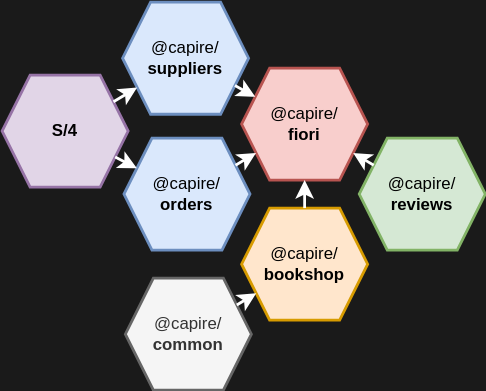
SAP-samples/cloud-cap-samples keeps this draw.io diagram as etc/dark.drawio.svg. Above is the earlier version. Source tidied: cells renumbered, new cells last; positions are measured from the earlier drawing's top-left corner, leaving out a move shared by most shapes. The source it was exported from:
```xml
<mxGraphModel background="#1A1A1A">
  <root>
    <mxCell id="0" />
    <mxCell id="1" parent="0" />
    <mxCell id="2" value="@capire/&amp;nbsp;&lt;br&gt;&lt;b&gt;bookshop&lt;/b&gt;" style="shape=hexagon;perimeter=hexagonPerimeter2;whiteSpace=wrap;html=1;fixedSize=1;sketch=0;fillColor=#ffe6cc;strokeColor=#d79b00;strokeWidth=2;" parent="1" vertex="1">
      <mxGeometry x="171" y="147" width="90" height="80" as="geometry" />
    </mxCell>
    <mxCell id="3" value="@capire/&amp;nbsp;&lt;br&gt;&lt;b&gt;fiori&lt;/b&gt;" style="shape=hexagon;perimeter=hexagonPerimeter2;whiteSpace=wrap;html=1;fixedSize=1;sketch=0;fillColor=#f8cecc;strokeColor=#b85450;strokeWidth=2;" parent="1" vertex="1">
      <mxGeometry x="171" y="47" width="90" height="80" as="geometry" />
    </mxCell>
    <mxCell id="4" value="@capire/&amp;nbsp;&lt;br&gt;&lt;b&gt;reviews&lt;/b&gt;" style="shape=hexagon;perimeter=hexagonPerimeter2;whiteSpace=wrap;html=1;fixedSize=1;sketch=0;fillColor=#d5e8d4;strokeColor=#82b366;strokeWidth=2;" parent="1" vertex="1">
      <mxGeometry x="255" y="97" width="90" height="80" as="geometry" />
    </mxCell>
    <mxCell id="5" value="@capire/&amp;nbsp;&lt;br&gt;&lt;b&gt;common&lt;/b&gt;" style="shape=hexagon;perimeter=hexagonPerimeter2;whiteSpace=wrap;html=1;fixedSize=1;sketch=0;fillColor=#f5f5f5;fontColor=#333333;strokeColor=#666666;strokeWidth=2;" parent="1" vertex="1">
      <mxGeometry x="88" y="197" width="90" height="80" as="geometry" />
    </mxCell>
    <mxCell id="6" value="@capire/&amp;nbsp;&lt;br&gt;&lt;b&gt;orders&lt;/b&gt;" style="shape=hexagon;perimeter=hexagonPerimeter2;whiteSpace=wrap;html=1;fixedSize=1;sketch=0;fillColor=#dae8fc;strokeColor=#6c8ebf;strokeWidth=2;" parent="1" vertex="1">
      <mxGeometry x="87" y="97" width="90" height="80" as="geometry" />
    </mxCell>
    <mxCell id="7" style="endArrow=classic;html=1;sketch=0;strokeWidth=2;endSize=7;startSize=7;strokeColor=#FFFFFF;" parent="1" edge="1" source="5" target="2">
      <mxGeometry relative="1" as="geometry" />
    </mxCell>
    <mxCell id="8" style="endArrow=classic;html=1;sketch=0;strokeWidth=2;endSize=7;startSize=7;strokeColor=#FFFFFF;" parent="1" edge="1" source="6" target="3">
      <mxGeometry relative="1" as="geometry" />
    </mxCell>
    <mxCell id="9" style="endArrow=classic;html=1;sketch=0;strokeWidth=2;endSize=7;startSize=7;strokeColor=#FFFFFF;" parent="1" edge="1" source="2" target="3">
      <mxGeometry relative="1" as="geometry" />
    </mxCell>
    <mxCell id="10" style="endArrow=classic;html=1;sketch=0;strokeWidth=2;endSize=7;startSize=7;strokeColor=#FFFFFF;" parent="1" edge="1" source="4" target="3">
      <mxGeometry relative="1" as="geometry" />
    </mxCell>
    <mxCell id="11" value="@capire/&amp;nbsp;&lt;br&gt;&lt;b&gt;suppliers&lt;/b&gt;" style="shape=hexagon;perimeter=hexagonPerimeter2;whiteSpace=wrap;html=1;fixedSize=1;sketch=0;fillColor=#dae8fc;strokeColor=#6c8ebf;strokeWidth=2;" parent="1" vertex="1">
      <mxGeometry x="86" width="90" height="80" as="geometry" />
    </mxCell>
    <mxCell id="12" value="&lt;b&gt;S/4 &lt;/b&gt;" style="shape=hexagon;perimeter=hexagonPerimeter2;whiteSpace=wrap;html=1;fixedSize=1;sketch=0;fillColor=#e1d5e7;strokeColor=#9673a6;strokeWidth=2;" parent="1" vertex="1">
      <mxGeometry y="52" width="90" height="80" as="geometry" />
    </mxCell>
    <mxCell id="13" style="endArrow=classic;html=1;sketch=0;strokeWidth=2;endSize=7;startSize=7;strokeColor=#FFFFFF;" parent="1" edge="1" source="12" target="11">
      <mxGeometry relative="1" as="geometry" />
    </mxCell>
    <mxCell id="14" style="endArrow=classic;html=1;sketch=0;strokeWidth=2;endSize=7;startSize=7;strokeColor=#FFFFFF;" parent="1" edge="1" source="12" target="6">
      <mxGeometry relative="1" as="geometry" />
    </mxCell>
    <mxCell id="15" style="endArrow=classic;html=1;sketch=0;strokeWidth=2;endSize=7;startSize=7;strokeColor=#FFFFFF;" parent="1" edge="1" source="11" target="3">
      <mxGeometry relative="1" as="geometry" />
    </mxCell>
  </root>
</mxGraphModel>
```
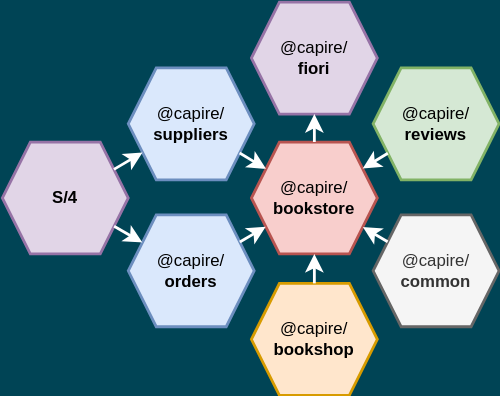
Above is the later version.

Diff of the diagram source:
```diff
@@ -1,23 +1,23 @@
-<mxGraphModel background="#1A1A1A">
+<mxGraphModel background="#045">
   <root>
     <mxCell id="0" />
     <mxCell id="1" parent="0" />
     <mxCell id="2" value="@capire/&amp;nbsp;&lt;br&gt;&lt;b&gt;bookshop&lt;/b&gt;" style="shape=hexagon;perimeter=hexagonPerimeter2;whiteSpace=wrap;html=1;fixedSize=1;sketch=0;fillColor=#ffe6cc;strokeColor=#d79b00;strokeWidth=2;" parent="1" vertex="1">
-      <mxGeometry x="171" y="147" width="90" height="80" as="geometry" />
+      <mxGeometry x="174" y="263" width="90" height="80" as="geometry" />
     </mxCell>
-    <mxCell id="3" value="@capire/&amp;nbsp;&lt;br&gt;&lt;b&gt;fiori&lt;/b&gt;" style="shape=hexagon;perimeter=hexagonPerimeter2;whiteSpace=wrap;html=1;fixedSize=1;sketch=0;fillColor=#f8cecc;strokeColor=#b85450;strokeWidth=2;" parent="1" vertex="1">
-      <mxGeometry x="171" y="47" width="90" height="80" as="geometry" />
+    <mxCell id="3" value="@capire/&amp;nbsp;&lt;br&gt;&lt;b&gt;bookstore&lt;/b&gt;" style="shape=hexagon;perimeter=hexagonPerimeter2;whiteSpace=wrap;html=1;fixedSize=1;sketch=0;fillColor=#f8cecc;strokeColor=#b85450;strokeWidth=2;" parent="1" vertex="1">
+      <mxGeometry x="174" y="162" width="90" height="80" as="geometry" />
     </mxCell>
     <mxCell id="4" value="@capire/&amp;nbsp;&lt;br&gt;&lt;b&gt;reviews&lt;/b&gt;" style="shape=hexagon;perimeter=hexagonPerimeter2;whiteSpace=wrap;html=1;fixedSize=1;sketch=0;fillColor=#d5e8d4;strokeColor=#82b366;strokeWidth=2;" parent="1" vertex="1">
-      <mxGeometry x="255" y="97" width="90" height="80" as="geometry" />
+      <mxGeometry x="261" y="109" width="90" height="80" as="geometry" />
     </mxCell>
     <mxCell id="5" value="@capire/&amp;nbsp;&lt;br&gt;&lt;b&gt;common&lt;/b&gt;" style="shape=hexagon;perimeter=hexagonPerimeter2;whiteSpace=wrap;html=1;fixedSize=1;sketch=0;fillColor=#f5f5f5;fontColor=#333333;strokeColor=#666666;strokeWidth=2;" parent="1" vertex="1">
-      <mxGeometry x="88" y="197" width="90" height="80" as="geometry" />
+      <mxGeometry x="261" y="214" width="90" height="80" as="geometry" />
     </mxCell>
     <mxCell id="6" value="@capire/&amp;nbsp;&lt;br&gt;&lt;b&gt;orders&lt;/b&gt;" style="shape=hexagon;perimeter=hexagonPerimeter2;whiteSpace=wrap;html=1;fixedSize=1;sketch=0;fillColor=#dae8fc;strokeColor=#6c8ebf;strokeWidth=2;" parent="1" vertex="1">
-      <mxGeometry x="87" y="97" width="90" height="80" as="geometry" />
+      <mxGeometry x="86" y="214" width="90" height="80" as="geometry" />
     </mxCell>
-    <mxCell id="7" style="endArrow=classic;html=1;sketch=0;strokeWidth=2;endSize=7;startSize=7;strokeColor=#FFFFFF;" parent="1" edge="1" source="5" target="2">
+    <mxCell id="7" style="endArrow=classic;html=1;sketch=0;strokeWidth=2;endSize=7;startSize=7;strokeColor=#FFFFFF;" parent="1" edge="1" source="5" target="3">
       <mxGeometry relative="1" as="geometry" />
     </mxCell>
     <mxCell id="8" style="endArrow=classic;html=1;sketch=0;strokeWidth=2;endSize=7;startSize=7;strokeColor=#FFFFFF;" parent="1" edge="1" source="6" target="3">
@@ -30,10 +30,10 @@
       <mxGeometry relative="1" as="geometry" />
     </mxCell>
     <mxCell id="11" value="@capire/&amp;nbsp;&lt;br&gt;&lt;b&gt;suppliers&lt;/b&gt;" style="shape=hexagon;perimeter=hexagonPerimeter2;whiteSpace=wrap;html=1;fixedSize=1;sketch=0;fillColor=#dae8fc;strokeColor=#6c8ebf;strokeWidth=2;" parent="1" vertex="1">
-      <mxGeometry x="86" width="90" height="80" as="geometry" />
+      <mxGeometry x="86" y="109" width="90" height="80" as="geometry" />
     </mxCell>
     <mxCell id="12" value="&lt;b&gt;S/4 &lt;/b&gt;" style="shape=hexagon;perimeter=hexagonPerimeter2;whiteSpace=wrap;html=1;fixedSize=1;sketch=0;fillColor=#e1d5e7;strokeColor=#9673a6;strokeWidth=2;" parent="1" vertex="1">
-      <mxGeometry y="52" width="90" height="80" as="geometry" />
+      <mxGeometry x="-4" y="162" width="90" height="80" as="geometry" />
     </mxCell>
     <mxCell id="13" style="endArrow=classic;html=1;sketch=0;strokeWidth=2;endSize=7;startSize=7;strokeColor=#FFFFFF;" parent="1" edge="1" source="12" target="11">
       <mxGeometry relative="1" as="geometry" />
@@ -44,5 +44,11 @@
     <mxCell id="15" style="endArrow=classic;html=1;sketch=0;strokeWidth=2;endSize=7;startSize=7;strokeColor=#FFFFFF;" parent="1" edge="1" source="11" target="3">
       <mxGeometry relative="1" as="geometry" />
     </mxCell>
+    <mxCell id="16" value="@capire/&amp;nbsp;&lt;br&gt;&lt;b&gt;fiori&lt;/b&gt;" style="shape=hexagon;perimeter=hexagonPerimeter2;whiteSpace=wrap;html=1;fixedSize=1;sketch=0;fillColor=#e1d5e7;strokeColor=#9673a6;strokeWidth=2;" parent="1" vertex="1">
+      <mxGeometry x="174" y="62" width="90" height="80" as="geometry" />
+    </mxCell>
+    <mxCell id="17" style="endArrow=classic;html=1;sketch=0;strokeWidth=2;endSize=7;startSize=7;strokeColor=#FFFFFF;" parent="1" edge="1" source="3" target="16">
+      <mxGeometry relative="1" as="geometry" />
+    </mxCell>
   </root>
 </mxGraphModel>
```
